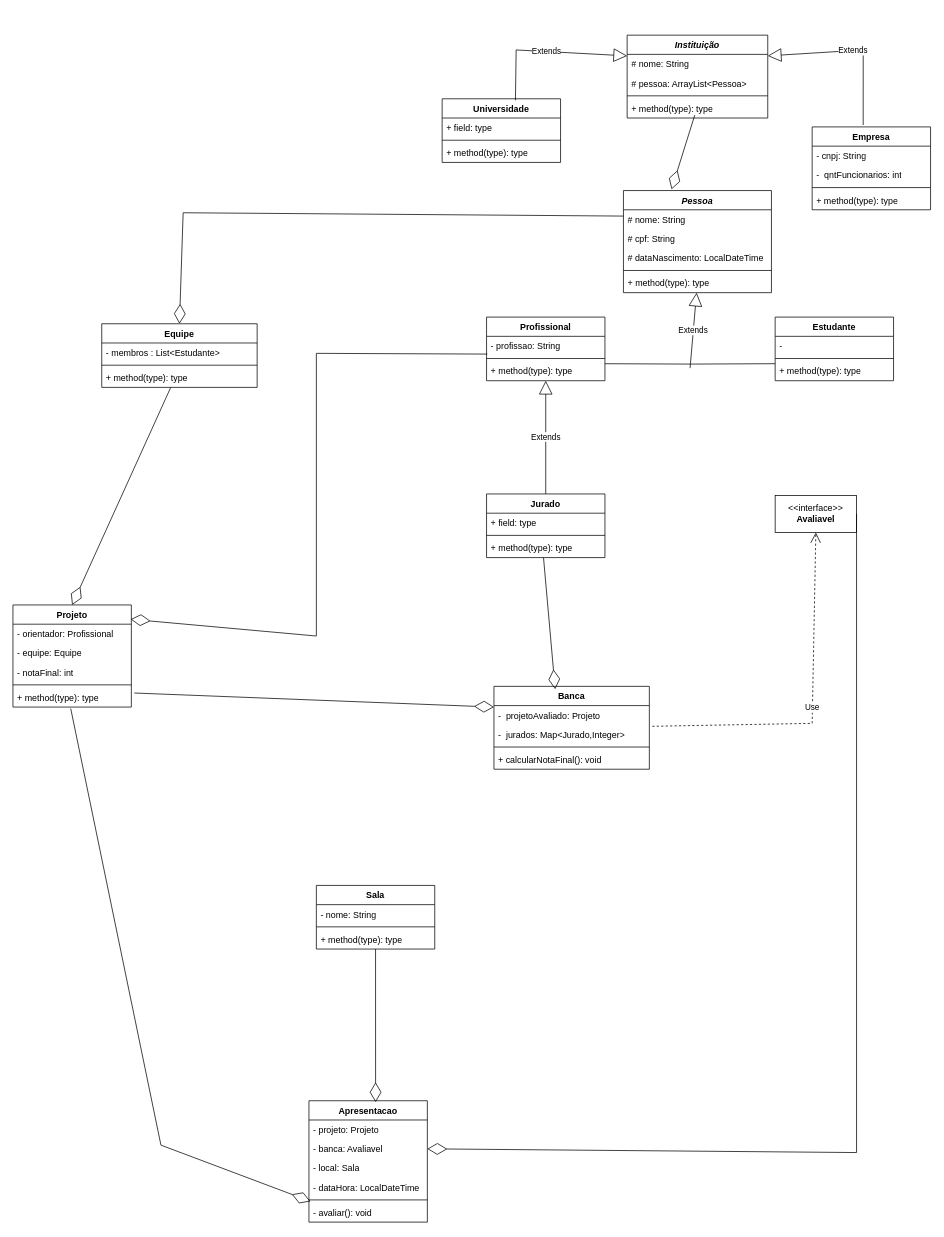
Before: Diagrama UML/Hackathons Universitários.drawio in LuizFMoreira/Trabalho-Programa-o-Modular, a draw.io diagram. Source tidied: cells renumbered, new cells numbered last; positions are measured from the earlier drawing's top-left corner, leaving out a move shared by most shapes. Both pictures are drawn from the tidied source at 74%, with x=0, y=0 at pixel (13, 35).
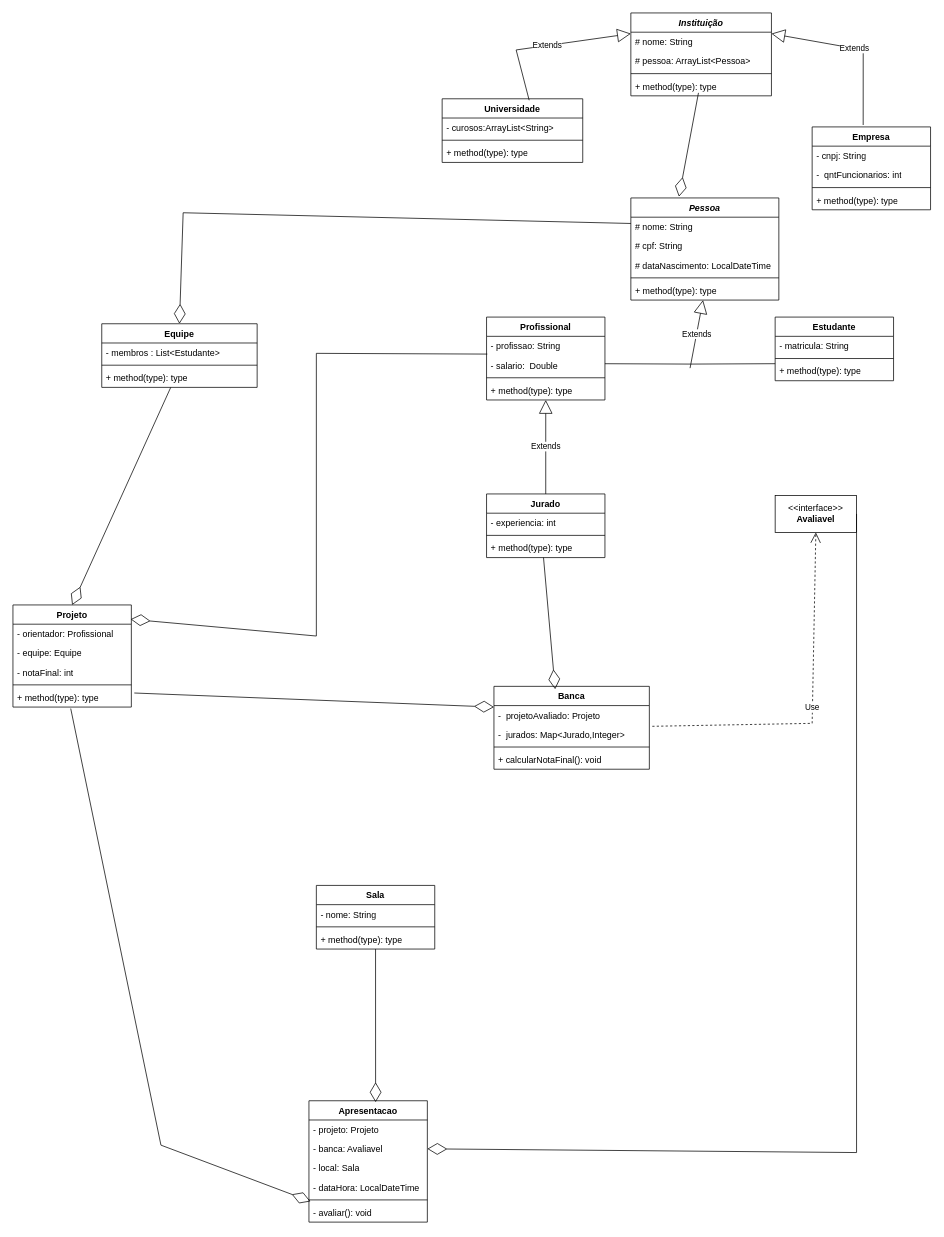
Above is the later version.

Unchanged cells that the change refers to:
```xml
<mxCell id="29" value="Estudante" style="swimlane;fontStyle=1;align=center;verticalAlign=top;horizontal=1;startSize=26;whiteSpace=wrap;html=1;" parent="1" vertex="1">
  <mxGeometry x="1030" y="381" width="160" height="86" as="geometry" />
</mxCell>
<mxCell id="35" value="Jurado" style="swimlane;fontStyle=1;align=center;verticalAlign=top;horizontal=1;startSize=26;whiteSpace=wrap;html=1;" parent="1" vertex="1">
  <mxGeometry x="640" y="620" width="160" height="86" as="geometry" />
</mxCell>
```

What changed in the source:
```diff
@@
     <mxCell id="2" value="&lt;i&gt;Instituição&lt;/i&gt;" style="swimlane;fontStyle=1;align=center;verticalAlign=top;horizontal=1;startSize=26;whiteSpace=wrap;html=1;" parent="1" vertex="1">
-      <mxGeometry x="830" width="190" height="112" as="geometry" />
+      <mxGeometry x="835" y="-30" width="190" height="112" as="geometry" />
     </mxCell>
@@
     <mxCell id="7" value="Universidade" style="swimlane;fontStyle=1;align=center;verticalAlign=top;horizontal=1;startSize=26;whiteSpace=wrap;html=1;" parent="1" vertex="1">
-      <mxGeometry x="580" y="86" width="160" height="86" as="geometry" />
+      <mxGeometry x="580" y="86" width="190" height="86" as="geometry" />
     </mxCell>
-    <mxCell id="8" value="+ field: type" style="text;strokeColor=none;fillColor=none;align=left;verticalAlign=top;spacingLeft=4;spacingRight=4;overflow=hidden;whiteSpace=wrap;html=1;" parent="7" vertex="1">
-      <mxGeometry y="26" width="160" height="26" as="geometry" />
+    <mxCell id="8" value="- curosos:ArrayList&amp;lt;String&amp;gt;" style="text;strokeColor=none;fillColor=none;align=left;verticalAlign=top;spacingLeft=4;spacingRight=4;overflow=hidden;whiteSpace=wrap;html=1;" parent="7" vertex="1">
+      <mxGeometry y="26" width="190" height="26" as="geometry" />
     </mxCell>
     <mxCell id="9" style="line;strokeWidth=1;fillColor=none;align=left;verticalAlign=middle;spacingTop=-1;spacingLeft=3;spacingRight=3;labelPosition=right;strokeColor=inherit;" parent="7" vertex="1">
-      <mxGeometry y="52" width="160" height="8" as="geometry" />
+      <mxGeometry y="52" width="190" height="8" as="geometry" />
     </mxCell>
     <mxCell id="10" value="+ method(type): type" style="text;strokeColor=none;fillColor=none;align=left;verticalAlign=top;spacingLeft=4;spacingRight=4;overflow=hidden;whiteSpace=wrap;html=1;" parent="7" vertex="1">
-      <mxGeometry y="60" width="160" height="26" as="geometry" />
+      <mxGeometry y="60" width="190" height="26" as="geometry" />
     </mxCell>
@@
     <mxCell id="18" value="&lt;i&gt;Pessoa&lt;/i&gt;" style="swimlane;fontStyle=1;align=center;verticalAlign=top;horizontal=1;startSize=26;whiteSpace=wrap;html=1;" parent="1" vertex="1">
-      <mxGeometry x="825" y="210" width="200" height="138" as="geometry" />
+      <mxGeometry x="835" y="220" width="200" height="138" as="geometry" />
     </mxCell>
@@
     <mxCell id="25" value="Profissional" style="swimlane;fontStyle=1;align=center;verticalAlign=top;horizontal=1;startSize=26;whiteSpace=wrap;html=1;" parent="1" vertex="1">
-      <mxGeometry x="640" y="381" width="160" height="86" as="geometry" />
+      <mxGeometry x="640" y="381" width="160" height="112" as="geometry" />
     </mxCell>
@@
+    <mxCell id="76" value="- salario:&amp;nbsp; Double" style="text;strokeColor=none;fillColor=none;align=left;verticalAlign=top;spacingLeft=4;spacingRight=4;overflow=hidden;whiteSpace=wrap;html=1;" parent="25" vertex="1">
+      <mxGeometry y="52" width="160" height="26" as="geometry" />
+    </mxCell>
     <mxCell id="27" style="line;strokeWidth=1;fillColor=none;align=left;verticalAlign=middle;spacingTop=-1;spacingLeft=3;spacingRight=3;labelPosition=right;strokeColor=inherit;" parent="25" vertex="1">
-      <mxGeometry y="52" width="160" height="8" as="geometry" />
+      <mxGeometry y="78" width="160" height="8" as="geometry" />
     </mxCell>
     <mxCell id="28" value="+ method(type): type" style="text;strokeColor=none;fillColor=none;align=left;verticalAlign=top;spacingLeft=4;spacingRight=4;overflow=hidden;points=[[0,0.5],[1,0.5]];portConstraint=eastwest;whiteSpace=wrap;html=1;" parent="25" vertex="1">
-      <mxGeometry y="60" width="160" height="26" as="geometry" />
+      <mxGeometry y="86" width="160" height="26" as="geometry" />
     </mxCell>
@@
-    <mxCell id="30" value="-&amp;nbsp;" style="text;strokeColor=none;fillColor=none;align=left;verticalAlign=top;spacingLeft=4;spacingRight=4;overflow=hidden;whiteSpace=wrap;html=1;" parent="29" vertex="1">
+    <mxCell id="30" value="- matricula: String" style="text;strokeColor=none;fillColor=none;align=left;verticalAlign=top;spacingLeft=4;spacingRight=4;overflow=hidden;whiteSpace=wrap;html=1;" parent="29" vertex="1">
       <mxGeometry y="26" width="160" height="26" as="geometry" />
     </mxCell>
@@
-    <mxCell id="36" value="+ field: type" style="text;strokeColor=none;fillColor=none;align=left;verticalAlign=top;spacingLeft=4;spacingRight=4;overflow=hidden;whiteSpace=wrap;html=1;" parent="35" vertex="1">
+    <mxCell id="36" value="- experiencia: int" style="text;strokeColor=none;fillColor=none;align=left;verticalAlign=top;spacingLeft=4;spacingRight=4;overflow=hidden;whiteSpace=wrap;html=1;" parent="35" vertex="1">
       <mxGeometry y="26" width="160" height="26" as="geometry" />
     </mxCell>
```
